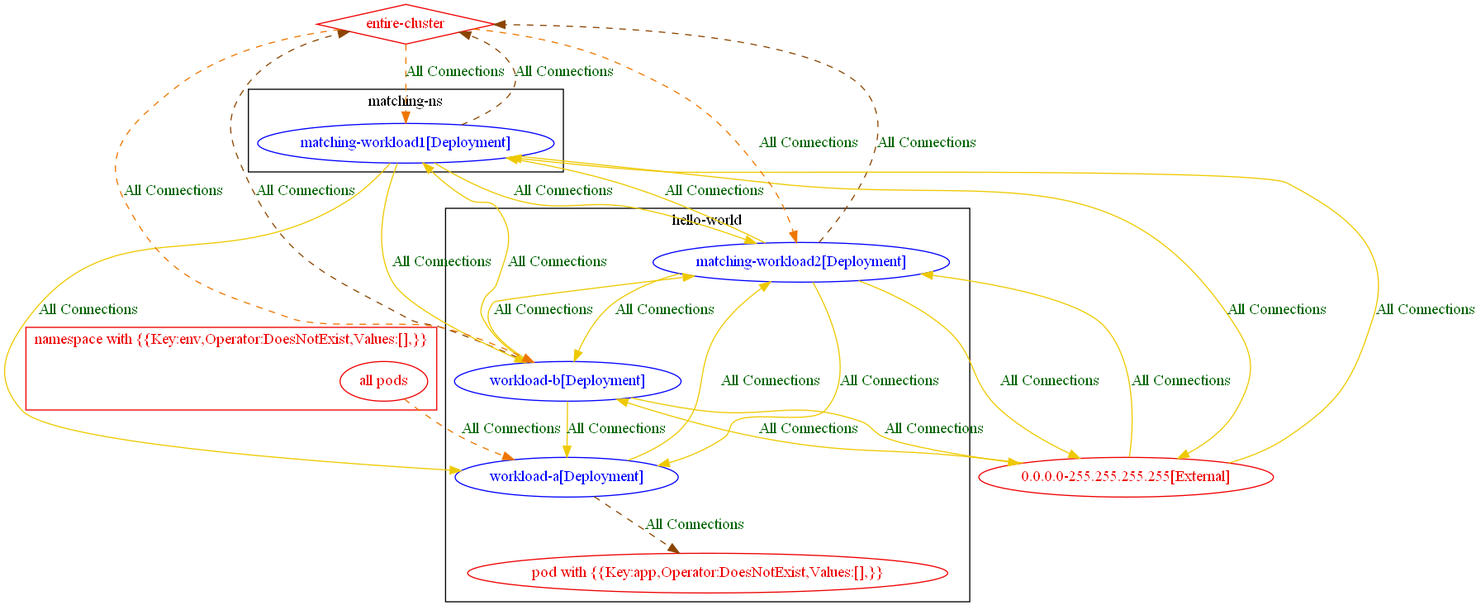
This is test_outputs/connlist/exposure_test_with_match_expression_does_not_exist_op_with_matching_pods_exposure_output.dot.png from np-guard/netpol-analyzer, a Graphviz export, as it was before one commit. Its source is kept beside it as test_outputs/connlist/exposure_test_with_match_expression_does_not_exist_op_with_matching_pods_exposure_output.dot.
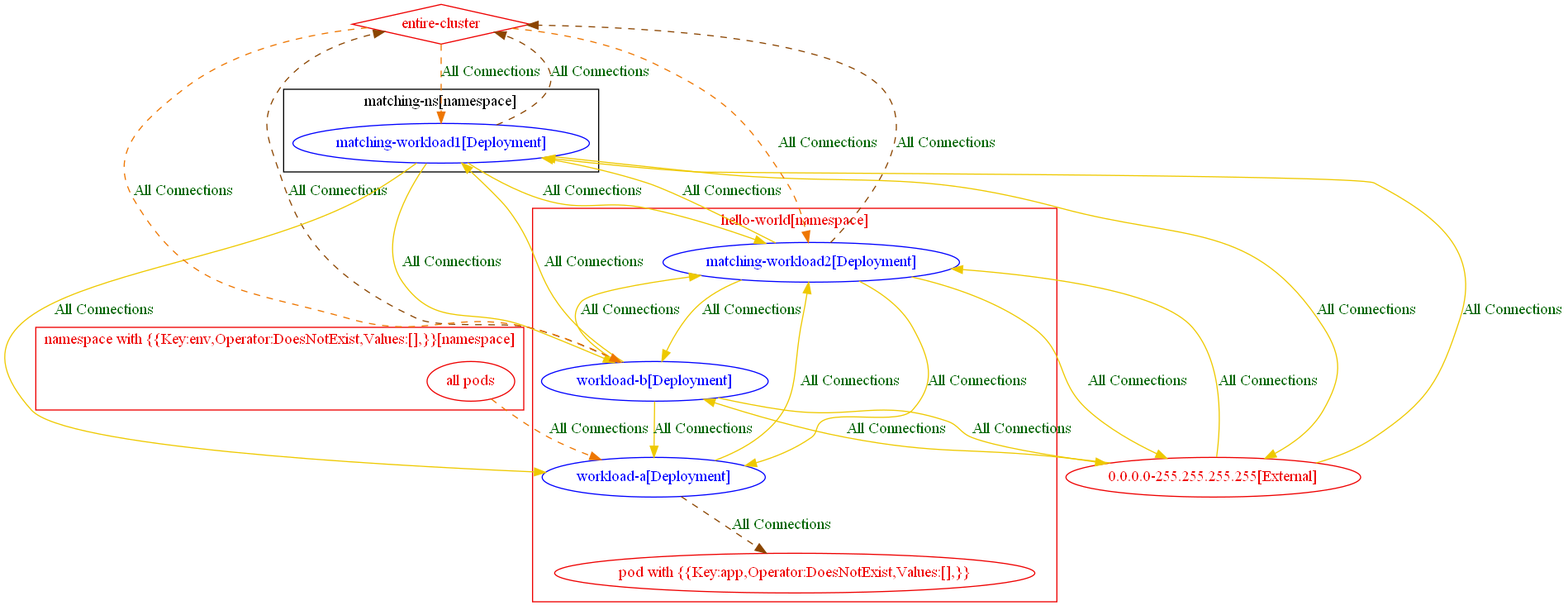
After the commit.

What changed in the source:
```diff
@@ -1,24 +1,29 @@
 digraph {
-	subgraph "cluster_hello_world" {
+	subgraph "cluster_hello_world[namespace]" {
 		color="black"
 		fontcolor="black"
 		"hello-world/matching-workload2[Deployment]" [label="matching-workload2[Deployment]" color="blue" fontcolor="blue"]
 		"hello-world/workload-a[Deployment]" [label="workload-a[Deployment]" color="blue" fontcolor="blue"]
 		"hello-world/workload-b[Deployment]" [label="workload-b[Deployment]" color="blue" fontcolor="blue"]
-		"pod with {{Key:app,Operator:DoesNotExist,Values:[],}}_in_hello-world" [label="pod with {{Key:app,Operator:DoesNotExist,Values:[],}}" color="red2" fontcolor="red2"]
-		label="hello-world"
+		label="hello-world[namespace]"
 	}
-	subgraph "cluster_matching_ns" {
+	subgraph "cluster_matching_ns[namespace]" {
 		color="black"
 		fontcolor="black"
 		"matching-ns/matching-workload1[Deployment]" [label="matching-workload1[Deployment]" color="blue" fontcolor="blue"]
-		label="matching-ns"
+		label="matching-ns[namespace]"
 	}
-	subgraph "cluster_namespace with {{Key:env,Operator:DoesNotExist,Values:[],}}" {
+	subgraph "cluster_hello_world[namespace]" {
+		color="red2"
+		fontcolor="red2"
+		"pod with {{Key:app,Operator:DoesNotExist,Values:[],}}_in_hello-world" [label="pod with {{Key:app,Operator:DoesNotExist,Values:[],}}" color="red2" fontcolor="red2"]
+		label="hello-world[namespace]"
+	}
+	subgraph "cluster_namespace with {{Key:env,Operator:DoesNotExist,Values:[],}}[namespace]" {
 		color="red2"
 		fontcolor="red2"
 		"all pods_in_namespace with {{Key:env,Operator:DoesNotExist,Values:[],}}" [label="all pods" color="red2" fontcolor="red2"]
-		label="namespace with {{Key:env,Operator:DoesNotExist,Values:[],}}"
+		label="namespace with {{Key:env,Operator:DoesNotExist,Values:[],}}[namespace]"
 	}
 	"0.0.0.0-255.255.255.255[External]" [label="0.0.0.0-255.255.255.255[External]" color="red2" fontcolor="red2"]
 	"entire-cluster" [label="entire-cluster" color="red2" fontcolor="red2" shape=diamond]
```
